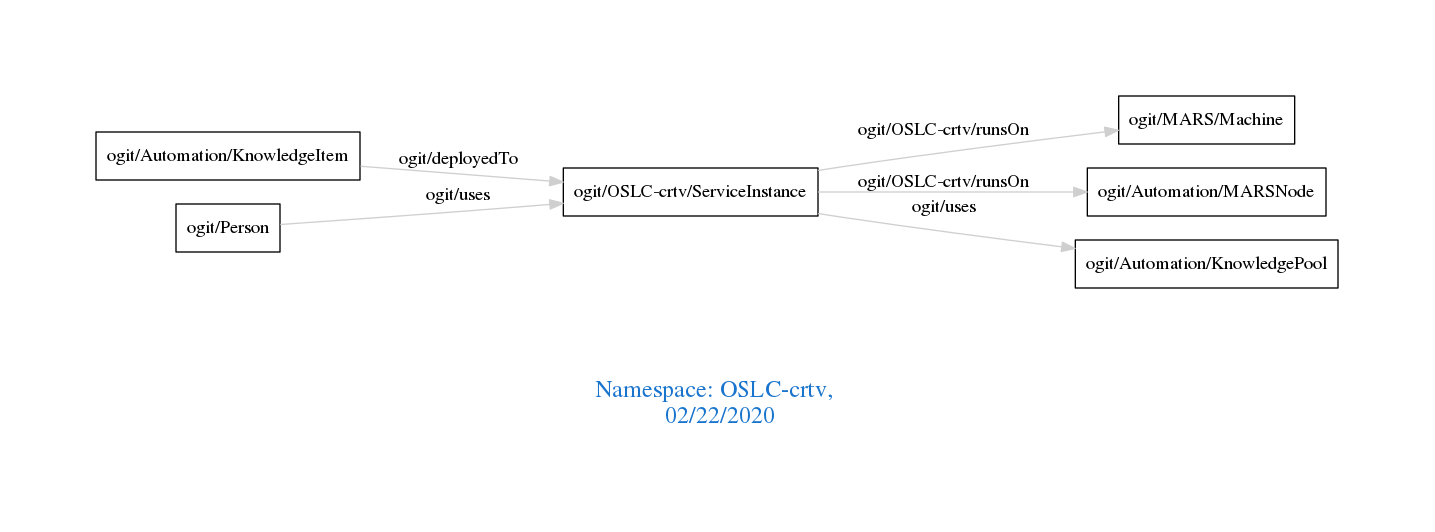
Earlier version of the Graphviz export downloads/OSLC-crtv.png (arago/OGIT). Its source is kept beside it as downloads/OSLC-crtv.dot.
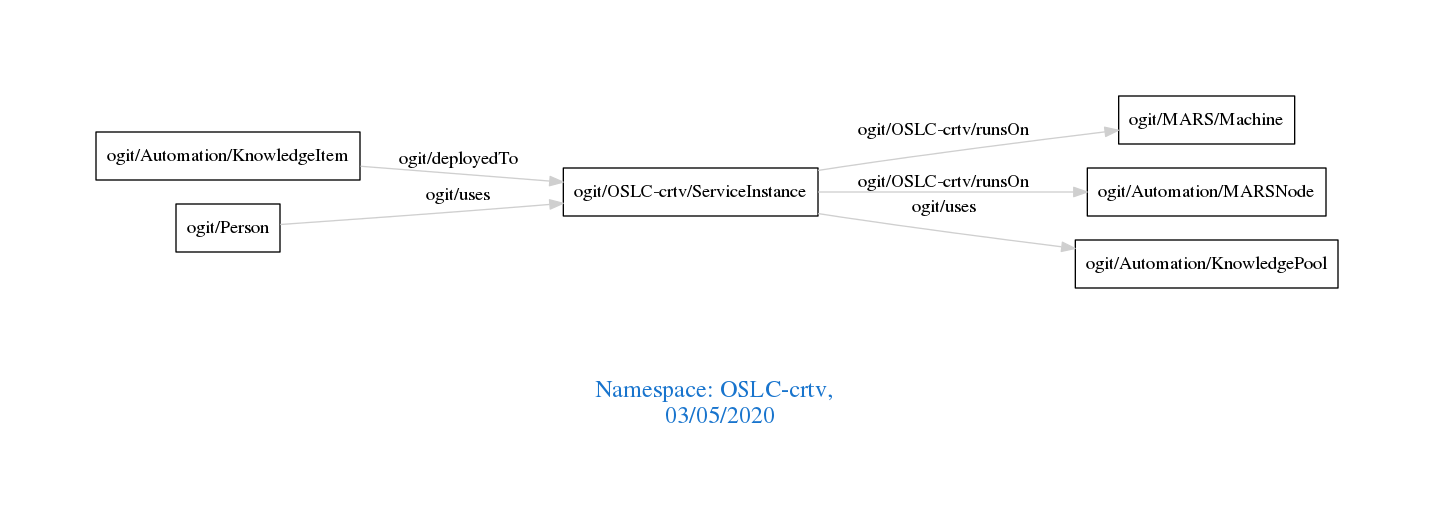
After the commit.

What changed in the source:
```diff
@@ -1,7 +1,7 @@
 digraph OGIT_ontology {
  graph [ rankdir= LR,pad=1
 fontsize = 18,
-fontcolor= dodgerblue3,label = "\n\n\nNamespace: OSLC-crtv, \n 02/22/2020"];
+fontcolor= dodgerblue3,label = "\n\n\nNamespace: OSLC-crtv, \n 03/05/2020"];
 node[shape=polygon];
 edge [  color="gray81"];
 
```
